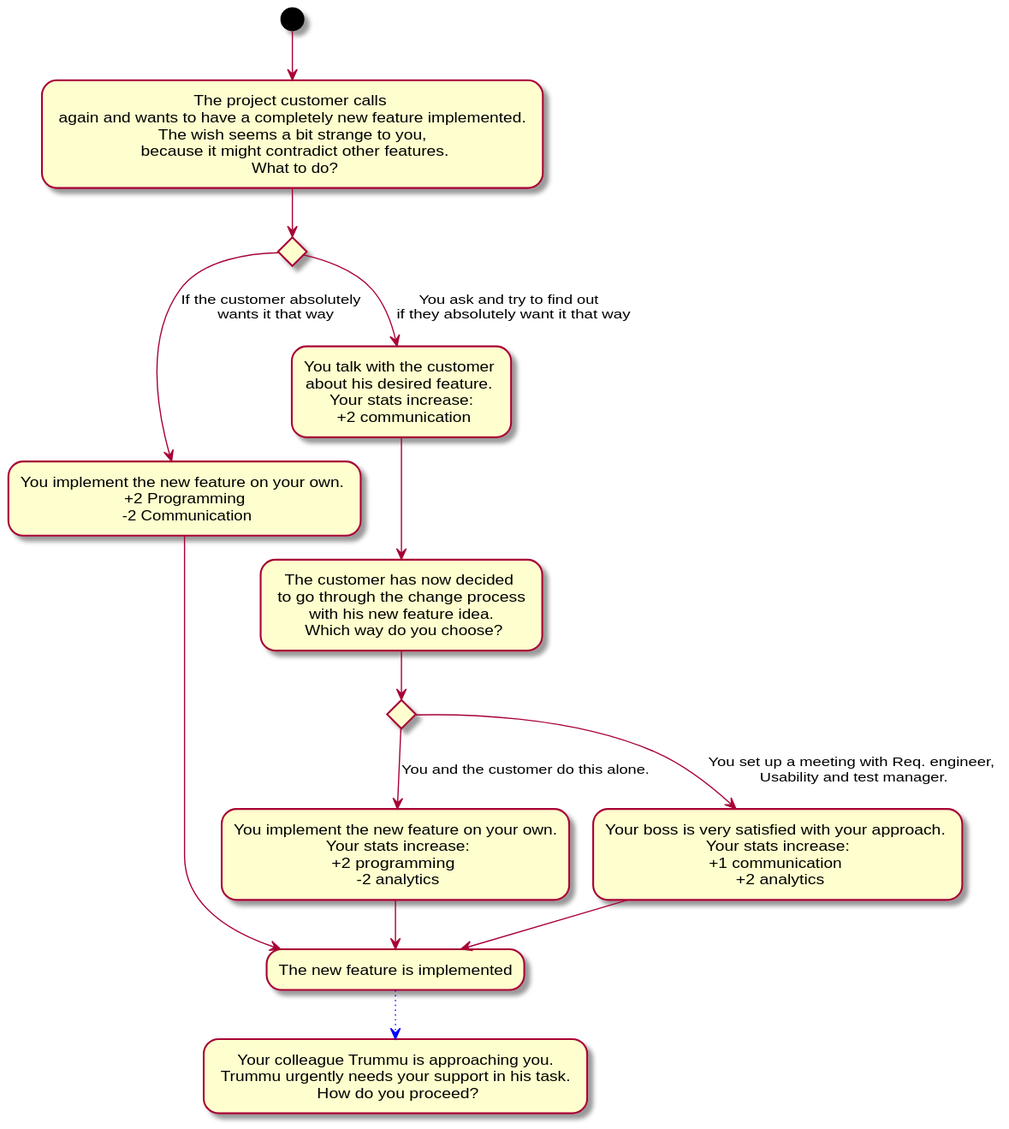
This is Docs/Technical Specifications/docs/diagrams/StoryFlow/StoryFlow_Decision_12.svg from Brotenko/QualityQuest, a PlantUML export, as it was before one commit.
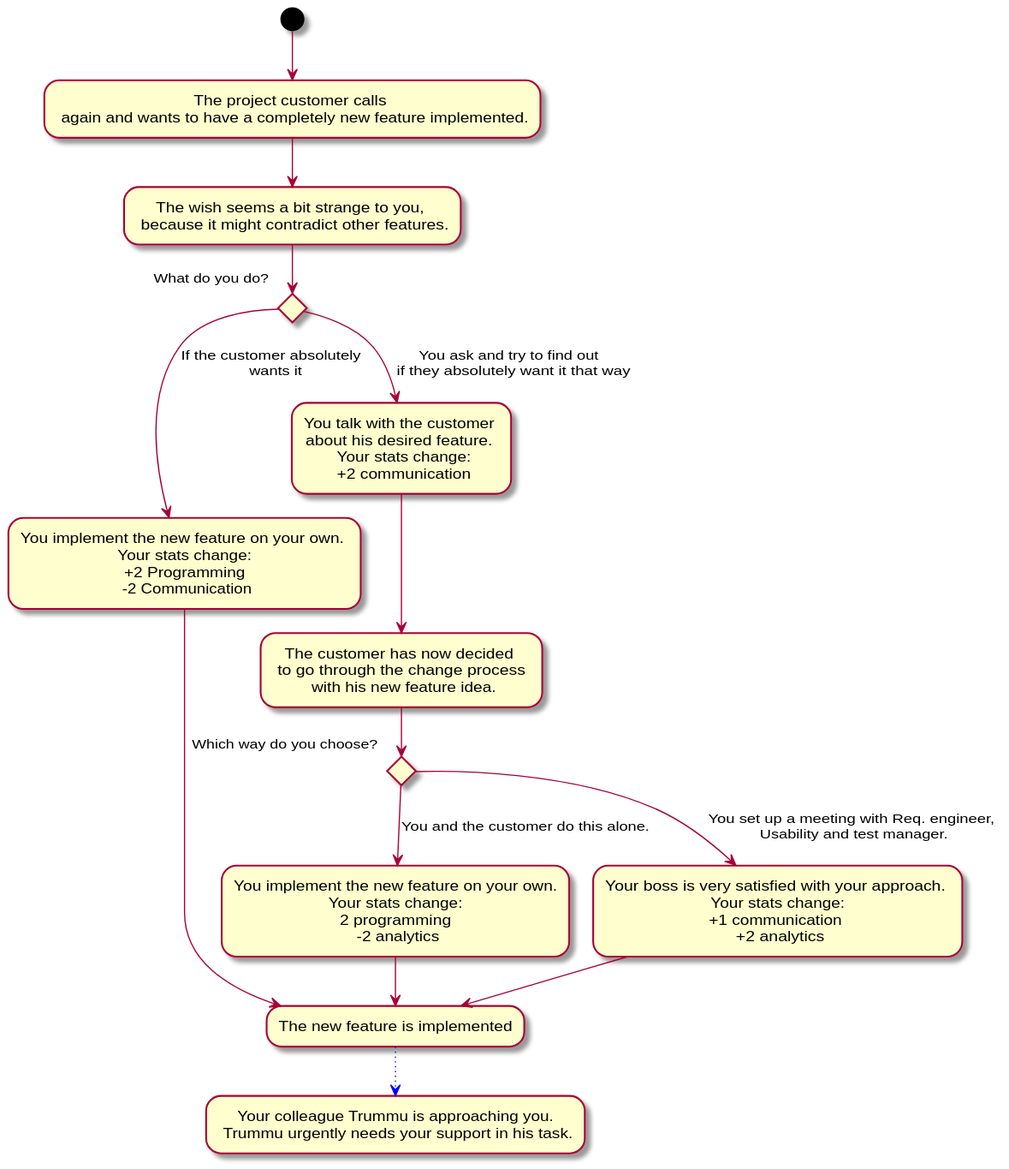
The same file after the commit.

The edit, as a diff of the source:
```diff
@@ -1,18 +1,19 @@
 @startuml
-(*) --> "The project customer calls \n again and wants to have a completely new feature implemented. \n The wish seems a bit strange to you, \n because it might contradict other features.\n What to do?" as f
-if " " then
---> [If the customer absolutely \n wants it that way] "You implement the new feature on your own. \n +2 Programming \n -2 Communication" as c
+(*) --> "The project customer calls \n again and wants to have a completely new feature implemented."
+--> "The wish seems a bit strange to you, \n because it might contradict other features."
+if "What do you do?" then
+--> [If the customer absolutely \n wants it] "You implement the new feature on your own. \n Your stats change: \n +2 Programming \n -2 Communication" as c
 else
---> [You ask and try to find out \n if they absolutely want it that way] "You talk with the customer \nabout his desired feature. \nYour stats increase:\n +2 communication"
+--> [You ask and try to find out \n if they absolutely want it that way] "You talk with the customer \nabout his desired feature. \n Your stats change:\n +2 communication"
 endif
---> "The customer has now decided \n to go through the change process \n with his new feature idea. \n Which way do you choose?"
-if " " then
---> [You and the customer do this alone.] "You implement the new feature on your own.\n Your stats increase:\n+2 programming \n -2 analytics" as a
+--> "The customer has now decided \n to go through the change process \n with his new feature idea."
+if "Which way do you choose?" then
+--> [You and the customer do this alone.] "You implement the new feature on your own.\n Your stats change: \n 2 programming \n -2 analytics" as a
 else
---> [You set up a meeting with Req. engineer, \nUsability and test manager.] "Your boss is very satisfied with your approach. \n Your stats increase: \n+1 communication \n +2 analytics" as b
+--> [You set up a meeting with Req. engineer, \nUsability and test manager.] "Your boss is very satisfied with your approach. \n Your stats change: \n+1 communication \n +2 analytics" as b
 --> "The new feature is implemented" as fertig
 endif
 a --> fertig
 c --> fertig
--[#blue,dotted]-> "Your colleague Trummu is approaching you.\n Trummu urgently needs your support in his task. \n How do you proceed?"
+-[#blue,dotted]-> "Your colleague Trummu is approaching you.\n Trummu urgently needs your support in his task."
 @enduml
```
